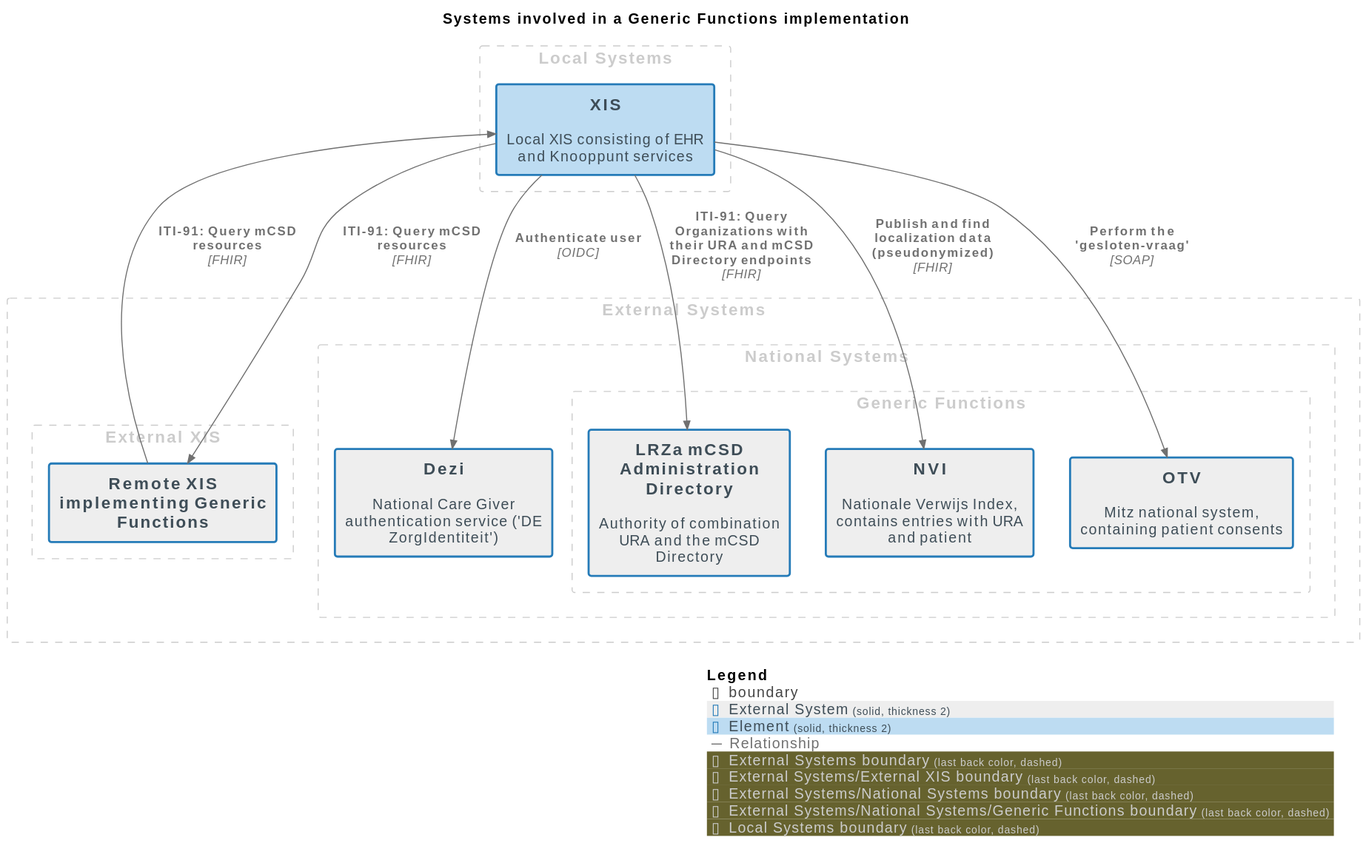
Above: docs/images/structurizr-GF_SystemContext.svg in nuts-foundation/nuts-knooppunt (PlantUML), before the change.
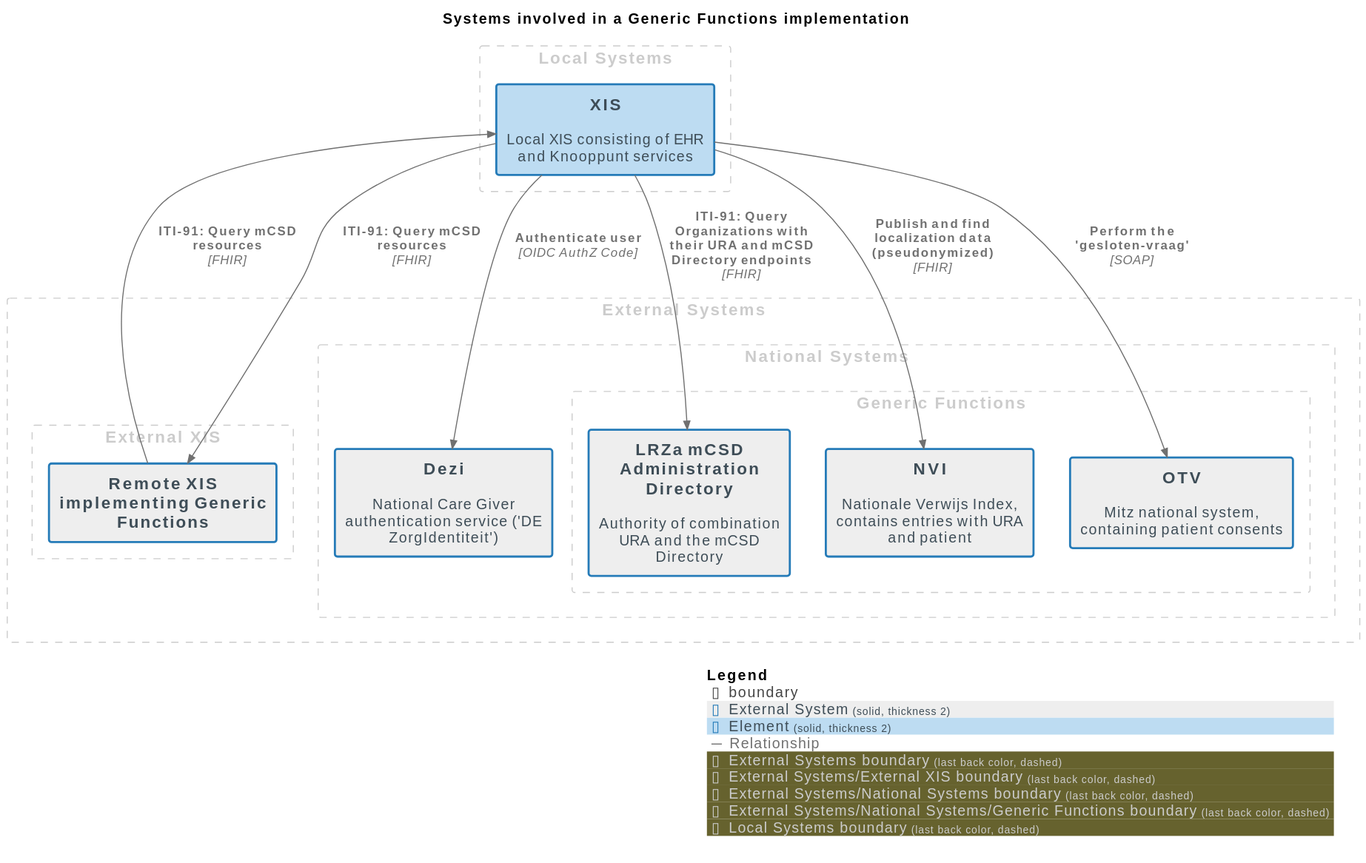
Later version of the same file.

Diff of the diagram source:
```diff
@@ -44,7 +44,7 @@
 Rel(XIS, RemoteXISimplementingGenericFunctions, "ITI-91: Query mCSD resources", $techn="FHIR", $tags="Relationship", $link="")
 Rel(XIS, NVI, "Publish and find localization data\n(pseudonymized)", $techn="FHIR", $tags="Relationship", $link="")
 Rel(XIS, OTV, "Perform the 'gesloten-vraag'", $techn="SOAP", $tags="Relationship", $link="")
-Rel(XIS, Dezi, "Authenticate user", $techn="OIDC", $tags="Relationship", $link="")
+Rel(XIS, Dezi, "Authenticate user", $techn="OIDC AuthZ Code", $tags="Relationship", $link="")
 
 SHOW_LEGEND(true)
 @enduml
```
